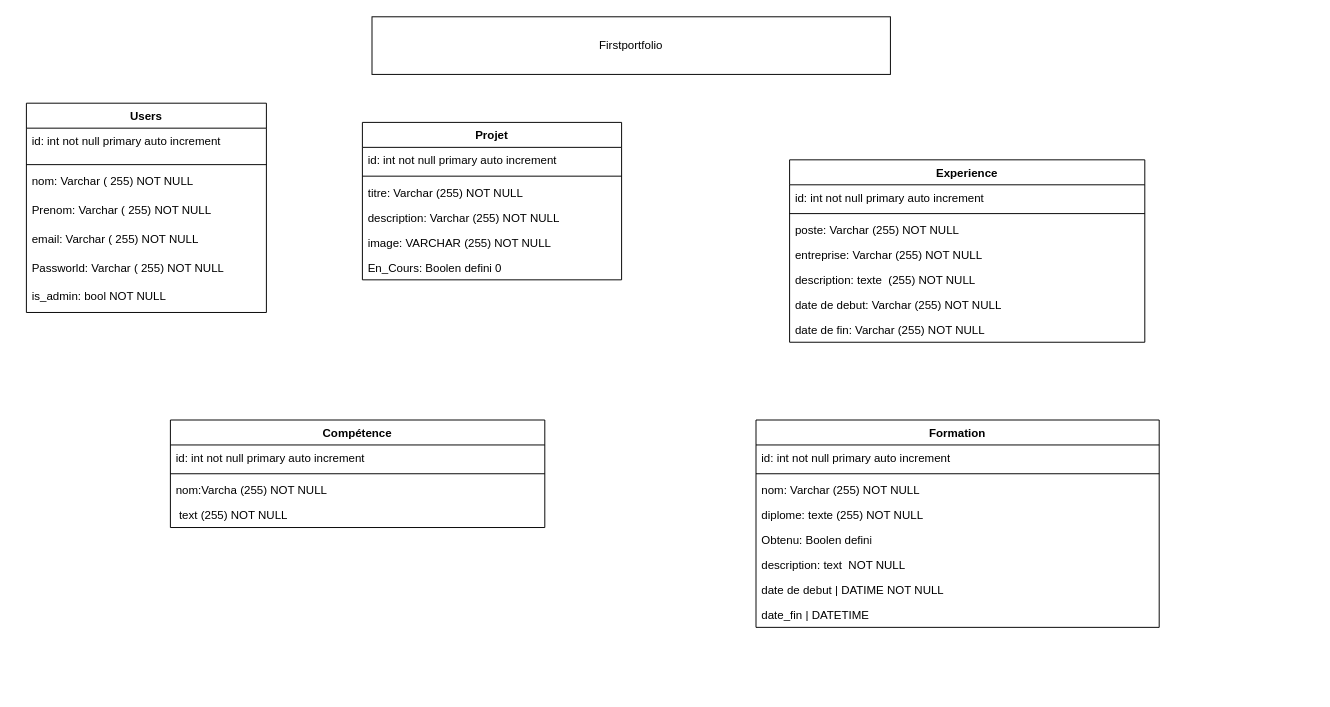
Above: portfolio.drawio in abondiaye69/responsive (draw.io), before the change. Source tidied: cells renumbered, new cells numbered last; positions are measured from the earlier drawing's top-left corner, leaving out a move shared by most shapes. Both pictures are drawn from the tidied source at 96%, with x=0, y=0 at pixel (26, 16).
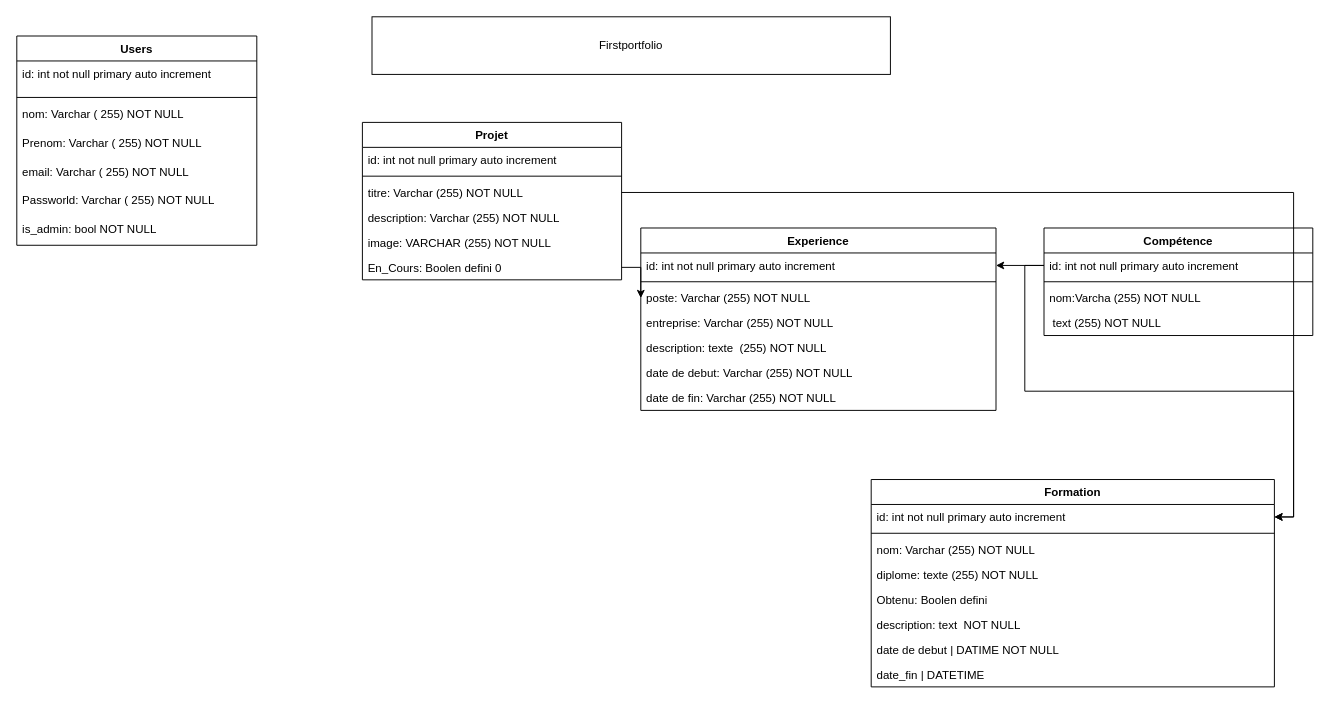
Above is the later version.

Commit message:
Mettre à jour portfolio.drawio

The change refers to these unchanged cells:
```xml
<mxCell id="17" value="id: int not null primary auto increment" style="text;strokeColor=none;fillColor=none;align=left;verticalAlign=top;spacingLeft=4;spacingRight=4;overflow=hidden;points=[[0,0.5],[1,0.5]];portConstraint=eastwest;whiteSpace=wrap;html=1;" parent="16" vertex="1">
  <mxGeometry y="26" width="370" height="26" as="geometry" />
</mxCell>
<mxCell id="19" value="poste: Varchar (255) NOT NULL" style="text;strokeColor=none;fillColor=none;align=left;verticalAlign=top;spacingLeft=4;spacingRight=4;overflow=hidden;points=[[0,0.5],[1,0.5]];portConstraint=eastwest;whiteSpace=wrap;html=1;" parent="16" vertex="1">
  <mxGeometry y="60" width="370" height="26" as="geometry" />
</mxCell>
<mxCell id="27" value="titre: Varchar (255) NOT NULL" style="text;strokeColor=none;fillColor=none;align=left;verticalAlign=top;spacingLeft=4;spacingRight=4;overflow=hidden;points=[[0,0.5],[1,0.5]];portConstraint=eastwest;whiteSpace=wrap;html=1;" parent="24" vertex="1">
  <mxGeometry y="60" width="270" height="26" as="geometry" />
</mxCell>
<mxCell id="30" value="En_Cours: Boolen defini 0" style="text;strokeColor=none;fillColor=none;align=left;verticalAlign=top;spacingLeft=4;spacingRight=4;overflow=hidden;points=[[0,0.5],[1,0.5]];portConstraint=eastwest;whiteSpace=wrap;html=1;" parent="24" vertex="1">
  <mxGeometry y="138" width="270" height="26" as="geometry" />
</mxCell>
<mxCell id="32" value="id: int not null primary auto increment" style="text;strokeColor=none;fillColor=none;align=left;verticalAlign=top;spacingLeft=4;spacingRight=4;overflow=hidden;points=[[0,0.5],[1,0.5]];portConstraint=eastwest;whiteSpace=wrap;html=1;" parent="31" vertex="1">
  <mxGeometry y="26" width="420" height="26" as="geometry" />
</mxCell>
```

Diff of the diagram source:
```diff
@@
     <mxCell id="3" value="Users" style="swimlane;fontStyle=1;align=center;verticalAlign=top;horizontal=1;startSize=26;whiteSpace=wrap;html=1;" parent="1" vertex="1">
-      <mxGeometry y="90" width="250" height="218" as="geometry" />
+      <mxGeometry x="-10" y="20" width="250" height="218" as="geometry" />
     </mxCell>
@@
     <mxCell id="11" value="Compétence" style="swimlane;fontStyle=1;align=center;verticalAlign=top;horizontal=1;startSize=26;whiteSpace=wrap;html=1;" parent="1" vertex="1">
-      <mxGeometry x="150" y="420" width="390" height="112" as="geometry" />
+      <mxGeometry x="1060" y="220" width="280" height="112" as="geometry" />
     </mxCell>
     <mxCell id="12" value="id: int not null primary auto increment" style="text;strokeColor=none;fillColor=none;align=left;verticalAlign=top;spacingLeft=4;spacingRight=4;overflow=hidden;points=[[0,0.5],[1,0.5]];portConstraint=eastwest;whiteSpace=wrap;html=1;" parent="11" vertex="1">
-      <mxGeometry y="26" width="390" height="26" as="geometry" />
+      <mxGeometry y="26" width="280" height="26" as="geometry" />
     </mxCell>
     <mxCell id="13" style="line;strokeWidth=1;fillColor=none;align=left;verticalAlign=middle;spacingTop=-1;spacingLeft=3;spacingRight=3;labelPosition=right;strokeColor=inherit;" parent="11" vertex="1">
-      <mxGeometry y="52" width="390" height="8" as="geometry" />
+      <mxGeometry y="52" width="280" height="8" as="geometry" />
     </mxCell>
     <mxCell id="14" value="nom:Varcha (255) NOT NULL" style="text;strokeColor=none;fillColor=none;align=left;verticalAlign=top;spacingLeft=4;spacingRight=4;overflow=hidden;whiteSpace=wrap;html=1;" parent="11" vertex="1">
-      <mxGeometry y="60" width="390" height="26" as="geometry" />
+      <mxGeometry y="60" width="280" height="26" as="geometry" />
     </mxCell>
     <mxCell id="15" value="&amp;nbsp;text (255) NOT NULL" style="text;strokeColor=none;fillColor=none;align=left;verticalAlign=top;spacingLeft=4;spacingRight=4;overflow=hidden;whiteSpace=wrap;html=1;" parent="11" vertex="1">
-      <mxGeometry y="86" width="390" height="26" as="geometry" />
+      <mxGeometry y="86" width="280" height="26" as="geometry" />
     </mxCell>
     <mxCell id="16" value="Experience" style="swimlane;fontStyle=1;align=center;verticalAlign=top;horizontal=1;startSize=26;whiteSpace=wrap;html=1;" parent="1" vertex="1">
-      <mxGeometry x="795" y="149" width="370" height="190" as="geometry" />
+      <mxGeometry x="640" y="220" width="370" height="190" as="geometry" />
     </mxCell>
@@
     <mxCell id="31" value="Formation" style="swimlane;fontStyle=1;align=center;verticalAlign=top;horizontal=1;startSize=26;whiteSpace=wrap;html=1;" parent="1" vertex="1">
-      <mxGeometry x="760" y="420" width="420" height="216" as="geometry" />
+      <mxGeometry x="880" y="482" width="420" height="216" as="geometry" />
     </mxCell>
@@
+    <mxCell id="40" style="edgeStyle=orthogonalEdgeStyle;rounded=0;jettySize=auto;html=1;" parent="1" edge="1" source="12" target="32">
+      <mxGeometry relative="1" as="geometry" />
+    </mxCell>
+    <mxCell id="41" style="edgeStyle=orthogonalEdgeStyle;rounded=0;jettySize=auto;html=1;exitX=1;exitY=0.5;exitDx=0;exitDy=0;entryX=1;entryY=0.5;entryDx=0;entryDy=0;" parent="1" edge="1" source="27" target="32">
+      <mxGeometry relative="1" as="geometry" />
+    </mxCell>
+    <mxCell id="42" style="edgeStyle=orthogonalEdgeStyle;rounded=0;jettySize=auto;html=1;" parent="1" edge="1" source="30" target="19">
+      <mxGeometry relative="1" as="geometry" />
+    </mxCell>
+    <mxCell id="43" style="edgeStyle=orthogonalEdgeStyle;rounded=0;jettySize=auto;html=1;" parent="1" edge="1" source="12" target="17">
+      <mxGeometry relative="1" as="geometry" />
+    </mxCell>
```
